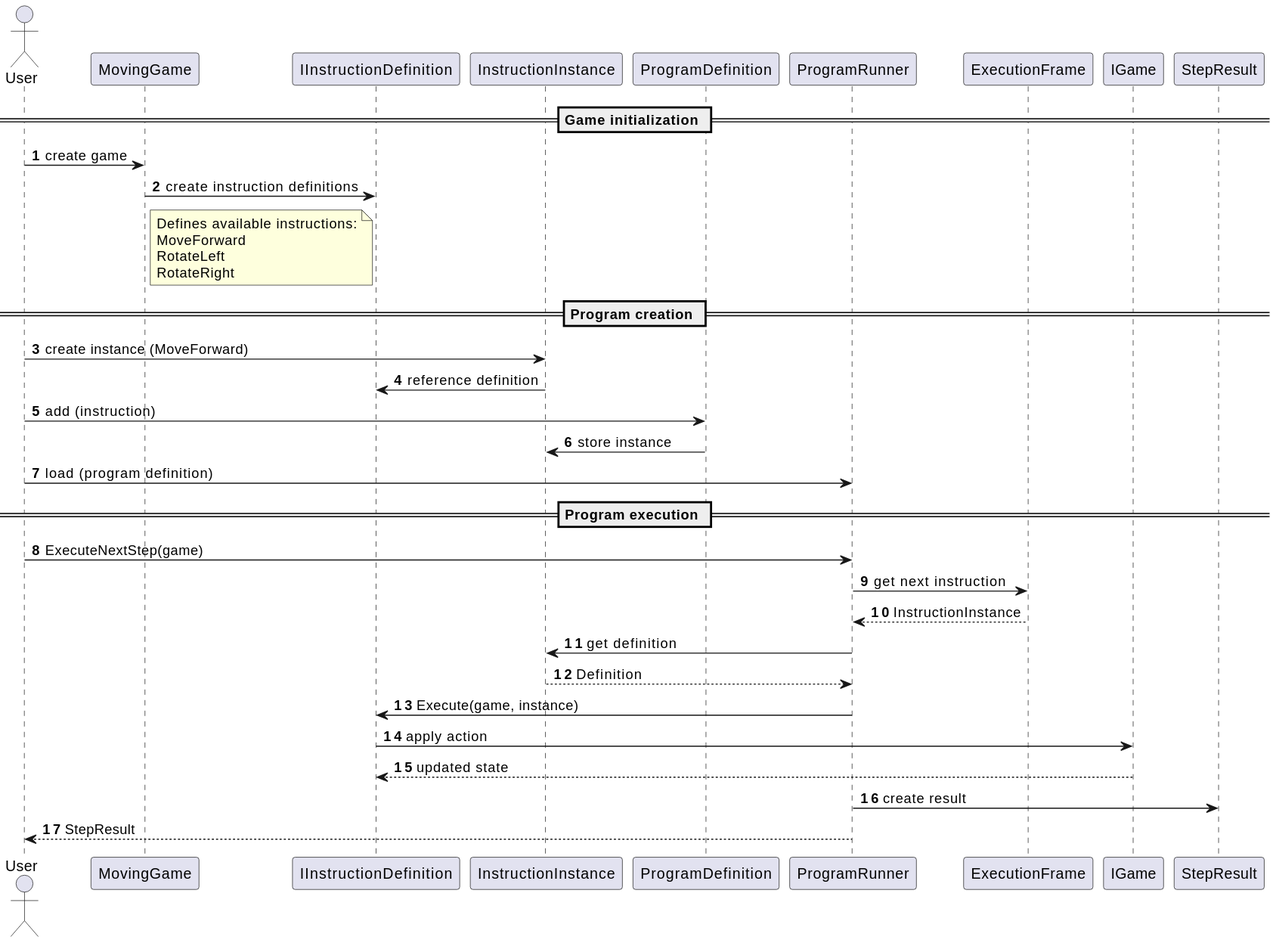
Before: docs/diagrams/coreFlow.svg, a diagram exported from PlantUML (diegoleyton/codingGame). The source it was exported from:
```plantuml
@startuml
autonumber
skinparam linetype ortho

actor User
participant MovingGame
participant IInstructionDefinition as Definition
participant InstructionInstance
participant ProgramDefinition
participant ProgramRunner
participant ExecutionFrame
participant IGame as Game
participant StepResult

== Game initialization ==

User -> MovingGame : create game
MovingGame -> Definition : create instruction definitions
note right of MovingGame
Defines available instructions:
MoveForward
RotateLeft
RotateRight
end note

== Program creation ==

User -> InstructionInstance : create instance (MoveForward)
InstructionInstance -> Definition : reference definition

User -> ProgramDefinition : add (instruction)
ProgramDefinition -> InstructionInstance : store instance
User -> ProgramRunner : load (program definition)

== Program execution ==

User -> ProgramRunner : ExecuteNextStep(game)

ProgramRunner -> ExecutionFrame : get next instruction
ExecutionFrame --> ProgramRunner : InstructionInstance

ProgramRunner -> InstructionInstance : get definition
InstructionInstance --> ProgramRunner : Definition

ProgramRunner -> Definition : Execute(game, instance)
Definition -> Game : apply action
Game --> Definition : updated state

ProgramRunner -> StepResult : create result
ProgramRunner --> User : StepResult
@enduml
```
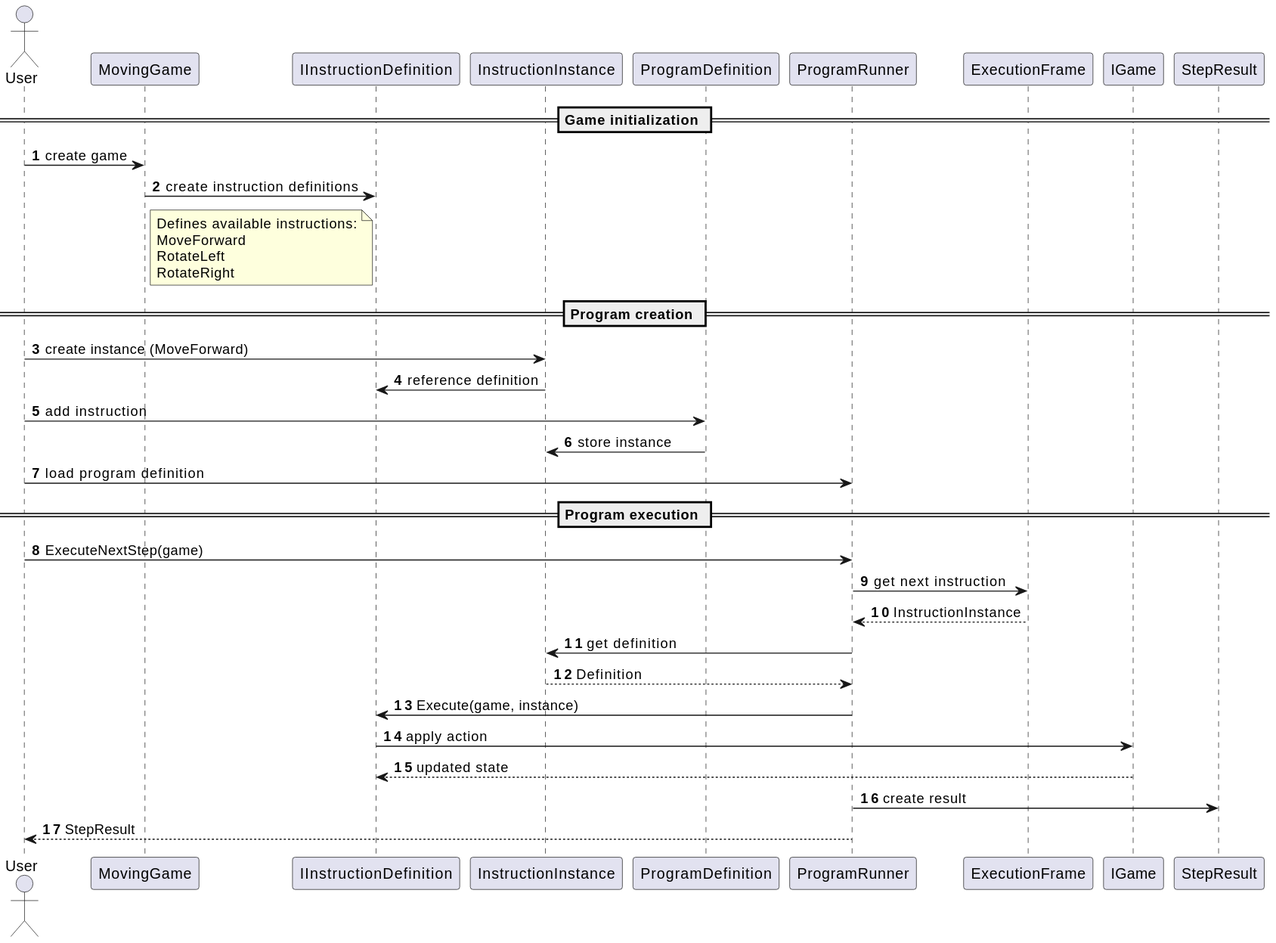
After the change.

Commit message:
Update UML diagrams

What changed in the source:
```diff
@@ -28,9 +28,9 @@
 User -> InstructionInstance : create instance (MoveForward)
 InstructionInstance -> Definition : reference definition
 
-User -> ProgramDefinition : add (instruction)
+User -> ProgramDefinition : add instruction
 ProgramDefinition -> InstructionInstance : store instance
-User -> ProgramRunner : load (program definition)
+User -> ProgramRunner : load program definition
 
 == Program execution ==
 
```
